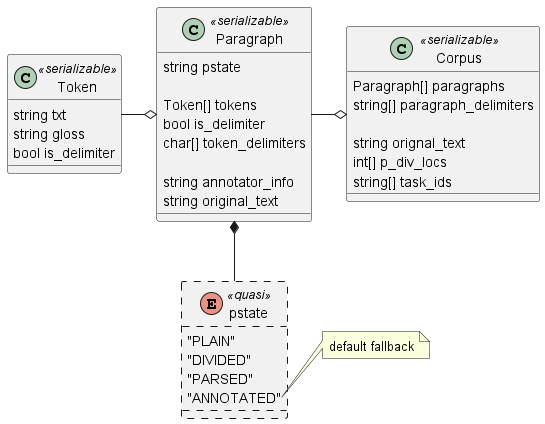
Before: docs/design/images/class_serializable.png, a diagram exported from PlantUML (parkchamchi/GlossySnake).
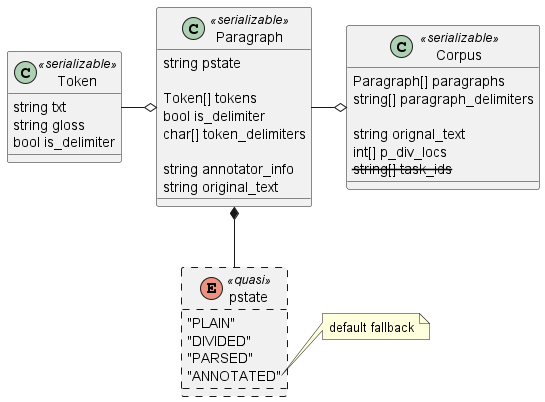
The same diagram one commit later.

The edit, as a diff of the source:
```diff
@@ -24,7 +24,7 @@
 
 	string orignal_text
 	int[] p_div_locs
-	string[] task_ids
+	<strike>string[] task_ids</strike>
 }
 Corpus o-left- Paragraph
 
```
